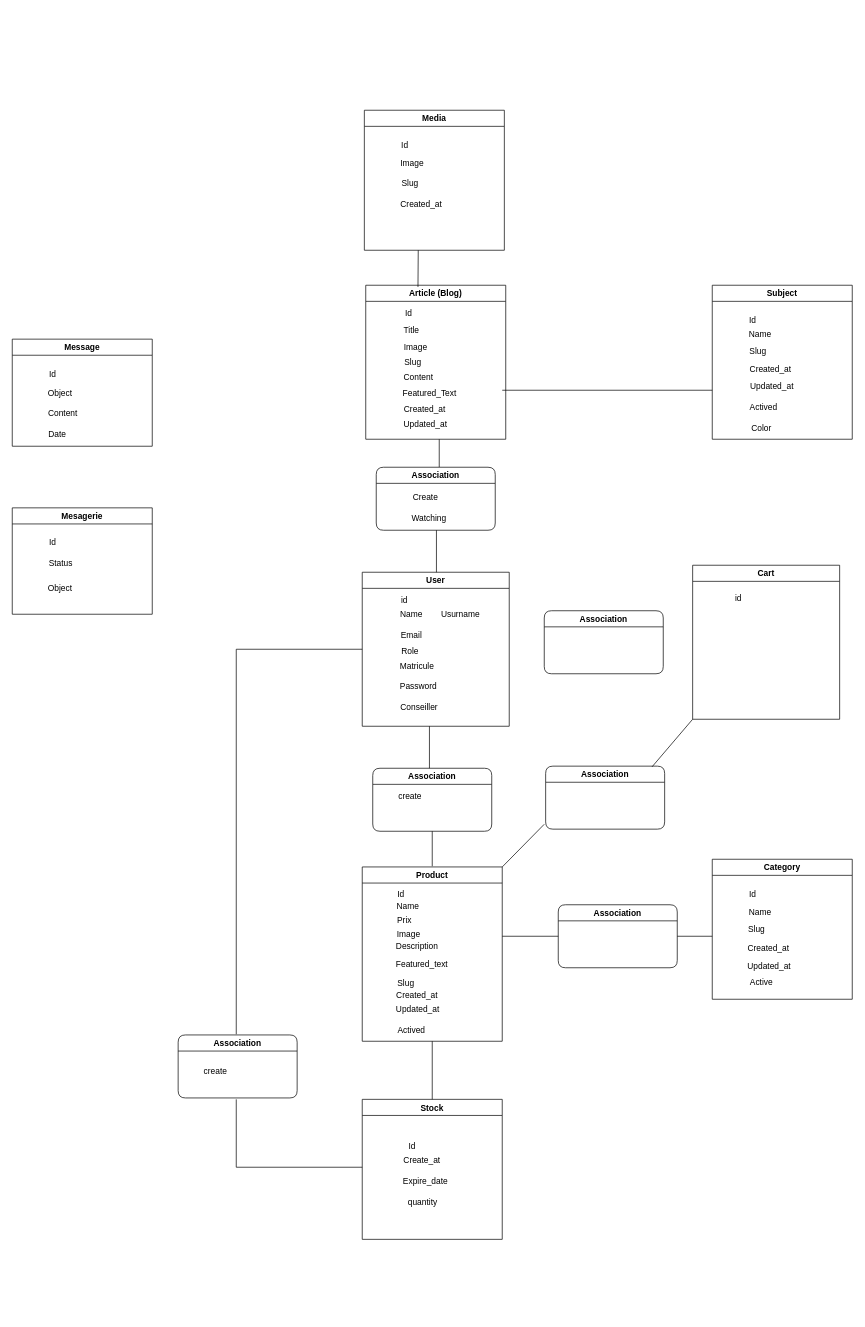
The draw.io diagram MCD_Diagram.drawio in St-el-a-lisa/Ventalis_diagram, before the edit. Source tidied: cells renumbered, new cells numbered last; positions are measured from the earlier drawing's top-left corner, leaving out a move shared by most shapes. Both pictures are drawn from the tidied source at 70%, with x=0, y=0 at pixel (12, 110).
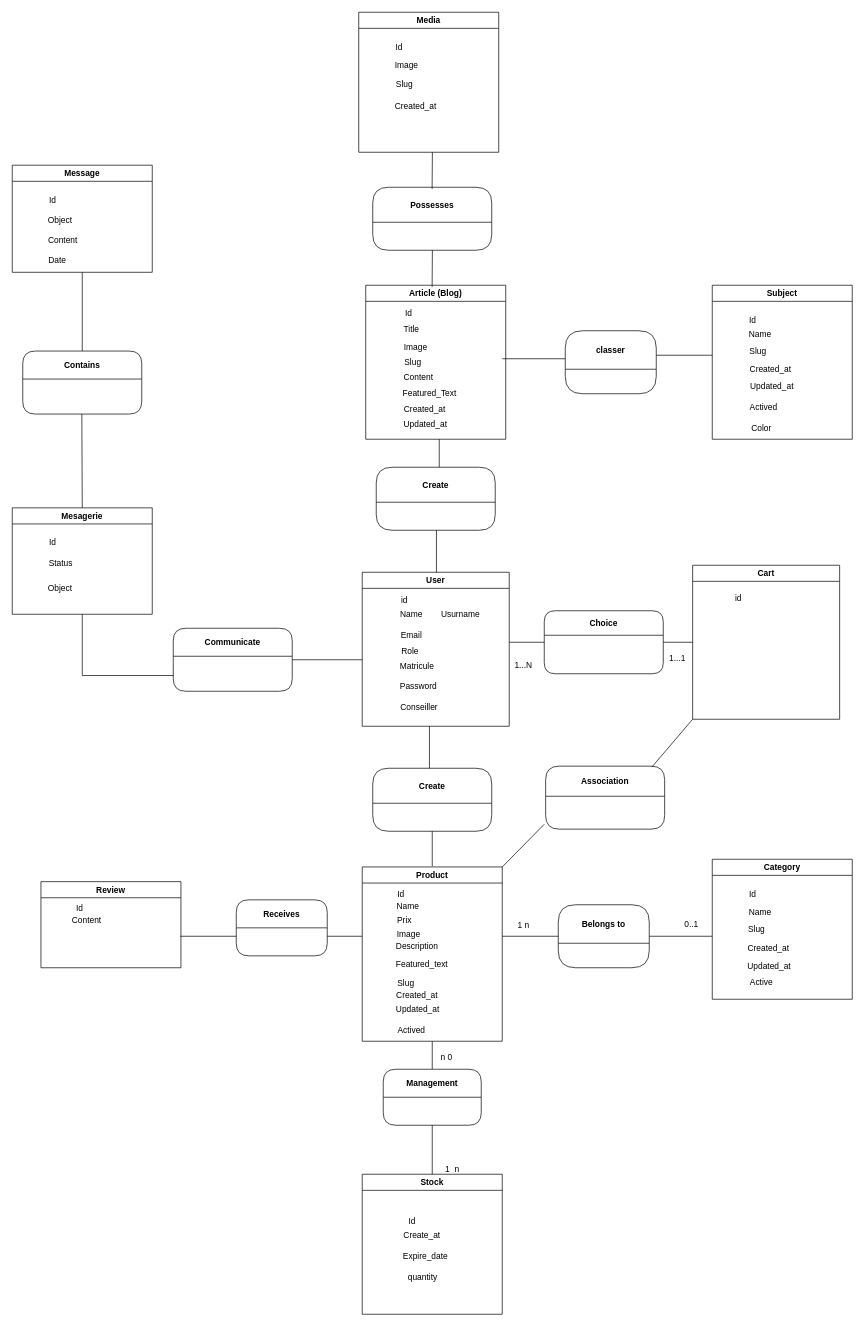
After the change.

Commit message:
Mettre à jour MCD_Diagram.drawio

The change refers to these unchanged cells:
```xml
<mxCell id="2" value="Product" style="swimlane;" parent="1" vertex="1">
  <mxGeometry x="500" y="1081" width="200" height="249" as="geometry" />
</mxCell>
<mxCell id="23" value="User" style="swimlane;rounded=0;gradientColor=none;" parent="1" vertex="1">
  <mxGeometry x="500" y="660" width="210" height="220" as="geometry" />
</mxCell>
<mxCell id="34" value="Cart" style="swimlane;rounded=0;gradientColor=none;" parent="1" vertex="1">
  <mxGeometry x="972" y="650" width="210" height="220" as="geometry" />
</mxCell>
<mxCell id="43" value="Article (Blog)" style="swimlane;" parent="1" vertex="1">
  <mxGeometry x="505" y="250" width="200" height="220" as="geometry" />
</mxCell>
<mxCell id="84" value="Mesagerie" style="swimlane;" parent="1" vertex="1">
  <mxGeometry y="568" width="200" height="152" as="geometry" />
</mxCell>
```

Change to the diagram source:
```diff
@@
-    <mxCell id="11" value="Association" style="swimlane;gradientColor=none;rounded=1;startSize=23;" parent="1" vertex="1">
-      <mxGeometry x="780" y="1135" width="170" height="90" as="geometry" />
+    <mxCell id="11" value="Belongs to" style="swimlane;gradientColor=none;rounded=1;startSize=55;" parent="1" vertex="1">
+      <mxGeometry x="780" y="1135" width="130" height="90" as="geometry" />
     </mxCell>
@@
     <mxCell id="17" value="Stock" style="swimlane;rounded=0;gradientColor=none;" parent="1" vertex="1">
-      <mxGeometry x="500" y="1413" width="200" height="200" as="geometry" />
+      <mxGeometry x="500" y="1520" width="200" height="200" as="geometry" />
     </mxCell>
@@
-    <mxCell id="22" style="endArrow=none;html=1;rounded=0;entryX=0.5;entryY=1;entryDx=0;entryDy=0;" parent="1" edge="1" source="17" target="2">
-      <mxGeometry relative="1" as="geometry" />
+    <mxCell id="22" style="endArrow=none;html=1;rounded=0;entryX=0.5;entryY=1;entryDx=0;entryDy=0;" parent="1" edge="1" target="2">
+      <mxGeometry relative="1" as="geometry">
+        <mxPoint x="600" y="1370" as="sourcePoint" />
+      </mxGeometry>
     </mxCell>
@@
-    <mxCell id="32" value="Association" style="swimlane;gradientColor=none;rounded=1;startSize=23;" parent="1" vertex="1">
+    <mxCell id="32" value="Create" style="swimlane;gradientColor=none;rounded=1;startSize=50;" parent="1" vertex="1">
       <mxGeometry x="515" y="940" width="170" height="90" as="geometry" />
     </mxCell>
@@
-    <mxCell id="36" value="Association" style="swimlane;gradientColor=none;rounded=1;startSize=23;" parent="1" vertex="1">
+    <mxCell id="36" value="Choice" style="swimlane;gradientColor=none;rounded=1;startSize=35;" parent="1" vertex="1">
       <mxGeometry x="760" y="715" width="170" height="90" as="geometry" />
     </mxCell>
-    <mxCell id="37" value="Association" style="swimlane;gradientColor=none;rounded=1;startSize=23;" parent="1" vertex="1">
+    <mxCell id="37" value="Association" style="swimlane;gradientColor=none;rounded=1;startSize=43;" parent="1" vertex="1">
       <mxGeometry x="762" y="937" width="170" height="90" as="geometry" />
     </mxCell>
@@
-    <mxCell id="40" value="Association" style="swimlane;gradientColor=none;rounded=1;startSize=23;" parent="1" vertex="1">
-      <mxGeometry x="237" y="1321" width="170" height="90" as="geometry" />
-    </mxCell>
-    <mxCell id="41" style="endArrow=none;html=1;rounded=0;entryX=0;entryY=0.5;entryDx=0;entryDy=0;edgeStyle=orthogonalEdgeStyle;" parent="1" edge="1" target="23">
-      <mxGeometry relative="1" as="geometry">
-        <mxPoint x="320" y="1320" as="sourcePoint" />
-        <Array as="points">
-          <mxPoint x="320" y="770" />
-        </Array>
-      </mxGeometry>
-    </mxCell>
-    <mxCell id="42" style="endArrow=none;html=1;rounded=0;edgeStyle=orthogonalEdgeStyle;" parent="1" edge="1">
-      <mxGeometry relative="1" as="geometry">
-        <mxPoint x="320" y="1413" as="sourcePoint" />
-        <mxPoint x="500" y="1510" as="targetPoint" />
-        <Array as="points">
-          <mxPoint x="320" y="1510" />
-        </Array>
-      </mxGeometry>
-    </mxCell>
@@
     <mxCell id="68" value="Media" style="swimlane;" parent="1" vertex="1">
-      <mxGeometry x="503" width="200" height="200" as="geometry" />
+      <mxGeometry x="495" y="-140" width="200" height="200" as="geometry" />
     </mxCell>
@@
-    <mxCell id="73" style="endArrow=none;html=1;rounded=0;exitX=0.373;exitY=0.011;exitDx=0;exitDy=0;exitPerimeter=0;" parent="1" edge="1" source="43">
+    <mxCell id="73" style="endArrow=none;html=1;rounded=0;exitX=0.373;exitY=0.011;exitDx=0;exitDy=0;exitPerimeter=0;" parent="1" edge="1">
       <mxGeometry relative="1" as="geometry">
-        <mxPoint x="580" y="200" as="targetPoint" />
+        <mxPoint x="599.8" y="252.4" as="sourcePoint" />
+        <mxPoint x="600.2" y="200" as="targetPoint" />
       </mxGeometry>
     </mxCell>
-    <mxCell id="74" style="endArrow=none;html=1;rounded=0;" parent="1" edge="1">
-      <mxGeometry relative="1" as="geometry">
-        <mxPoint x="700" y="400" as="sourcePoint" />
-        <mxPoint x="1000" y="400" as="targetPoint" />
-      </mxGeometry>
-    </mxCell>
-    <mxCell id="75" value="Association" style="swimlane;gradientColor=none;rounded=1;startSize=23;" parent="1" vertex="1">
+    <mxCell id="75" value="Create" style="swimlane;gradientColor=none;rounded=1;startSize=50;" parent="1" vertex="1">
       <mxGeometry x="520" y="510" width="170" height="90" as="geometry" />
     </mxCell>
@@
-    <mxCell id="77" value="Create" style="text;html=1;align=center;verticalAlign=middle;strokeColor=none;fillColor=none;" parent="1" vertex="1">
-      <mxGeometry x="560" y="538" width="60" height="30" as="geometry" />
-    </mxCell>
-    <mxCell id="78" value="Watching" style="text;html=1;align=center;verticalAlign=middle;strokeColor=none;fillColor=none;" parent="1" vertex="1">
-      <mxGeometry x="560" y="568" width="70" height="30" as="geometry" />
-    </mxCell>
     <mxCell id="79" value="Message" style="swimlane;" parent="1" vertex="1">
-      <mxGeometry y="327" width="200" height="153" as="geometry" />
+      <mxGeometry y="78.5" width="200" height="153" as="geometry" />
     </mxCell>
@@
-    <mxCell id="88" value="create" style="text;html=1;align=center;verticalAlign=middle;strokeColor=none;fillColor=none;" parent="1" vertex="1">
-      <mxGeometry x="260" y="1358" width="60" height="30" as="geometry" />
-    </mxCell>
-    <mxCell id="89" value="create" style="text;html=1;align=center;verticalAlign=middle;strokeColor=none;fillColor=none;" parent="1" vertex="1">
-      <mxGeometry x="538" y="966" width="60" height="30" as="geometry" />
-    </mxCell>
+    <mxCell id="90" value="Communicate" style="swimlane;gradientColor=none;rounded=1;startSize=40;" parent="1" vertex="1">
+      <mxGeometry x="230" y="740" width="170" height="90" as="geometry" />
+    </mxCell>
+    <mxCell id="91" style="endArrow=none;html=1;rounded=0;entryX=0.5;entryY=1;entryDx=0;entryDy=0;" parent="1" edge="1" target="79">
+      <mxGeometry relative="1" as="geometry">
+        <mxPoint x="100" y="350" as="sourcePoint" />
+      </mxGeometry>
+    </mxCell>
+    <mxCell id="92" style="endArrow=none;html=1;rounded=0;entryX=0.5;entryY=1;entryDx=0;entryDy=0;exitX=0;exitY=0.75;exitDx=0;exitDy=0;edgeStyle=orthogonalEdgeStyle;" parent="1" edge="1" source="90" target="84">
+      <mxGeometry relative="1" as="geometry" />
+    </mxCell>
+    <mxCell id="93" style="endArrow=none;html=1;rounded=0;entryX=1;entryY=0.5;entryDx=0;entryDy=0;" parent="1" edge="1" target="90">
+      <mxGeometry relative="1" as="geometry">
+        <mxPoint x="500" y="785" as="sourcePoint" />
+      </mxGeometry>
+    </mxCell>
+    <mxCell id="94" style="endArrow=none;html=1;rounded=0;entryX=0;entryY=0.5;entryDx=0;entryDy=0;" parent="1" edge="1" target="36">
+      <mxGeometry relative="1" as="geometry">
+        <mxPoint x="710" y="760" as="sourcePoint" />
+      </mxGeometry>
+    </mxCell>
+    <mxCell id="95" style="endArrow=none;html=1;rounded=0;entryX=0;entryY=0.5;entryDx=0;entryDy=0;exitX=1;exitY=0.5;exitDx=0;exitDy=0;" parent="1" edge="1" source="36" target="34">
+      <mxGeometry relative="1" as="geometry" />
+    </mxCell>
+    <mxCell id="96" value="Review" style="swimlane;" parent="1" vertex="1">
+      <mxGeometry x="41" y="1102" width="200" height="123" as="geometry" />
+    </mxCell>
+    <mxCell id="97" value="Id" style="text;html=1;align=center;verticalAlign=middle;strokeColor=none;fillColor=none;" parent="96" vertex="1">
+      <mxGeometry x="40" y="29" width="30" height="20" as="geometry" />
+    </mxCell>
+    <mxCell id="98" value="Content" style="text;html=1;align=center;verticalAlign=middle;strokeColor=none;fillColor=none;" parent="96" vertex="1">
+      <mxGeometry x="30" y="41" width="70" height="30" as="geometry" />
+    </mxCell>
+    <mxCell id="99" value="Management" style="swimlane;gradientColor=none;rounded=1;startSize=40;" parent="1" vertex="1">
+      <mxGeometry x="530" y="1370" width="140" height="80" as="geometry" />
+    </mxCell>
+    <mxCell id="100" style="endArrow=none;html=1;rounded=0;exitX=0.5;exitY=0;exitDx=0;exitDy=0;entryX=0.5;entryY=1;entryDx=0;entryDy=0;" parent="1" edge="1" source="17" target="99">
+      <mxGeometry relative="1" as="geometry" />
+    </mxCell>
+    <mxCell id="101" value="Possesses " style="swimlane;gradientColor=none;rounded=1;startSize=50;" parent="1" vertex="1">
+      <mxGeometry x="515" y="110" width="170" height="90" as="geometry" />
+    </mxCell>
+    <mxCell id="102" value="Receives" style="swimlane;gradientColor=none;rounded=1;startSize=40;" parent="1" vertex="1">
+      <mxGeometry x="320" y="1128" width="130" height="80" as="geometry" />
+    </mxCell>
+    <mxCell id="103" style="endArrow=none;html=1;rounded=0;" parent="1" edge="1">
+      <mxGeometry relative="1" as="geometry">
+        <mxPoint x="450" y="1180" as="sourcePoint" />
+        <mxPoint x="500" y="1180" as="targetPoint" />
+      </mxGeometry>
+    </mxCell>
+    <mxCell id="104" style="endArrow=none;html=1;rounded=0;" parent="1" edge="1">
+      <mxGeometry relative="1" as="geometry">
+        <mxPoint x="240" y="1180" as="sourcePoint" />
+        <mxPoint x="320" y="1180" as="targetPoint" />
+      </mxGeometry>
+    </mxCell>
+    <mxCell id="105" style="endArrow=none;html=1;rounded=0;exitX=0.373;exitY=0.011;exitDx=0;exitDy=0;exitPerimeter=0;" parent="1" edge="1">
+      <mxGeometry relative="1" as="geometry">
+        <mxPoint x="599.8" y="112.4" as="sourcePoint" />
+        <mxPoint x="600.2" y="60" as="targetPoint" />
+      </mxGeometry>
+    </mxCell>
+    <mxCell id="106" value="classer" style="swimlane;gradientColor=none;rounded=1;startSize=55;" parent="1" vertex="1">
+      <mxGeometry x="790" y="315" width="130" height="90" as="geometry" />
+    </mxCell>
+    <mxCell id="107" style="endArrow=none;html=1;rounded=0;" parent="1" edge="1">
+      <mxGeometry relative="1" as="geometry">
+        <mxPoint x="700" y="355" as="sourcePoint" />
+        <mxPoint x="790" y="355" as="targetPoint" />
+      </mxGeometry>
+    </mxCell>
+    <mxCell id="108" style="endArrow=none;html=1;rounded=0;" parent="1" edge="1">
+      <mxGeometry relative="1" as="geometry">
+        <mxPoint x="920" y="350" as="sourcePoint" />
+        <mxPoint x="1000" y="350" as="targetPoint" />
+      </mxGeometry>
+    </mxCell>
+    <mxCell id="109" value="Contains" style="swimlane;gradientColor=none;rounded=1;startSize=40;" parent="1" vertex="1">
+      <mxGeometry x="15" y="344" width="170" height="90" as="geometry" />
+    </mxCell>
+    <mxCell id="110" style="endArrow=none;html=1;rounded=0;entryX=0.5;entryY=1;entryDx=0;entryDy=0;exitX=0.5;exitY=0;exitDx=0;exitDy=0;" parent="1" edge="1" source="84">
+      <mxGeometry relative="1" as="geometry">
+        <mxPoint x="99.4" y="434" as="targetPoint" />
+      </mxGeometry>
+    </mxCell>
+    <mxCell id="111" value="1&amp;nbsp; n&amp;nbsp;" style="text;html=1;align=center;verticalAlign=middle;strokeColor=none;fillColor=none;" parent="1" vertex="1">
+      <mxGeometry x="605" y="1498" width="50" height="30" as="geometry" />
+    </mxCell>
+    <mxCell id="112" value="n 0" style="text;html=1;align=center;verticalAlign=middle;strokeColor=none;fillColor=none;" parent="1" vertex="1">
+      <mxGeometry x="600" y="1338" width="40" height="30" as="geometry" />
+    </mxCell>
+    <mxCell id="113" value="1 n" style="text;html=1;align=center;verticalAlign=middle;strokeColor=none;fillColor=none;" parent="1" vertex="1">
+      <mxGeometry x="710" y="1148.5" width="40" height="30" as="geometry" />
+    </mxCell>
+    <mxCell id="114" value="0..1" style="text;html=1;align=center;verticalAlign=middle;strokeColor=none;fillColor=none;" parent="1" vertex="1">
+      <mxGeometry x="950" y="1148" width="40" height="30" as="geometry" />
+    </mxCell>
+    <mxCell id="115" value="1...N" style="text;html=1;align=center;verticalAlign=middle;strokeColor=none;fillColor=none;" parent="1" vertex="1">
+      <mxGeometry x="705" y="778" width="50" height="30" as="geometry" />
+    </mxCell>
+    <mxCell id="116" value="1...1" style="text;html=1;align=center;verticalAlign=middle;strokeColor=none;fillColor=none;" parent="1" vertex="1">
+      <mxGeometry x="925" y="768" width="50" height="30" as="geometry" />
+    </mxCell>
```
